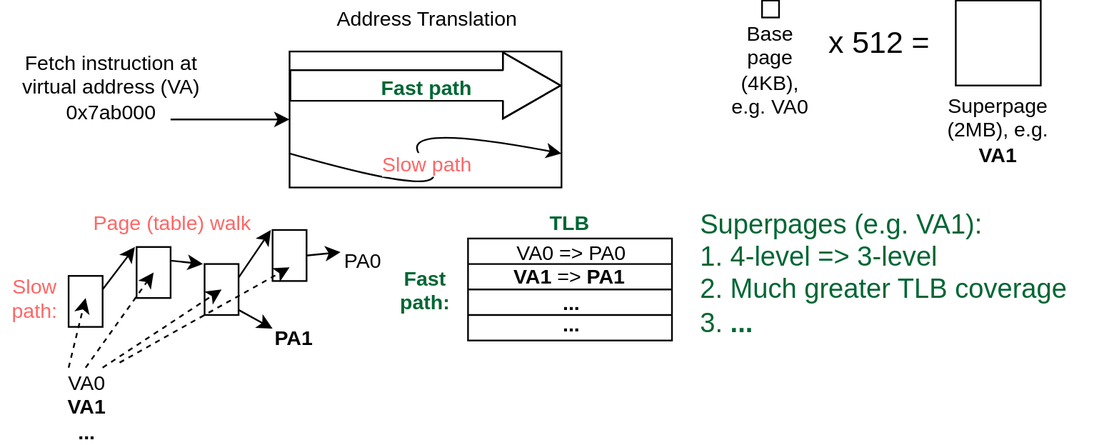
The draw.io diagram ispass_2019/addr_trans_fast_slow_1.svg in yufeng5468/presentations, before a commit. Source tidied: cells renumbered, new cells last; positions are measured from the earlier drawing's top-left corner, leaving out a move shared by most shapes.
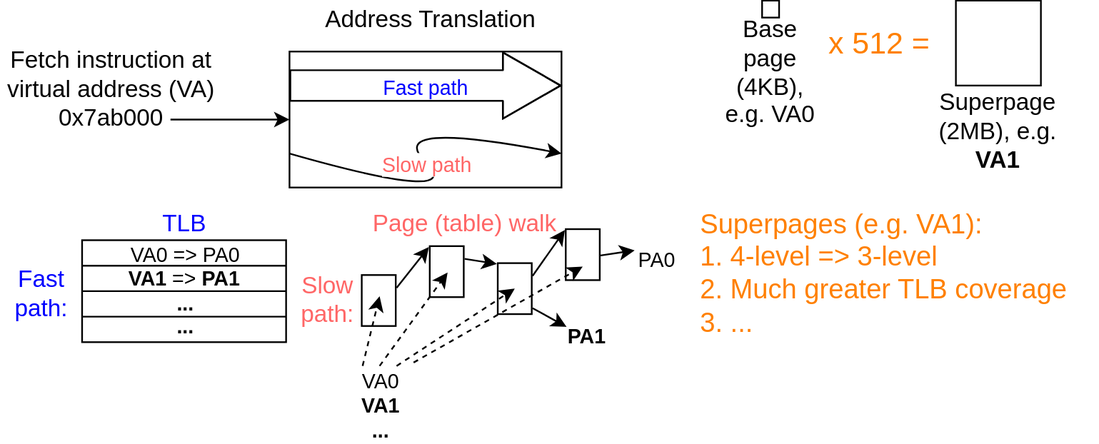
Later version of the same file.

What changed in the source:
```diff
@@ -12,7 +12,7 @@
         </Array>
       </mxGeometry>
     </mxCell>
-    <mxCell id="4" value="&lt;font color=&quot;#006633&quot;&gt;&lt;b&gt;Fast path&lt;/b&gt;&lt;/font&gt;" style="text;html=1;align=center;verticalAlign=middle;labelBackgroundColor=#ffffff;" parent="3" vertex="1">
+    <mxCell id="4" value="&lt;font color=&quot;#0000ff&quot;&gt;Fast path&lt;/font&gt;" style="text;html=1;align=center;verticalAlign=middle;labelBackgroundColor=#ffffff;" parent="3" vertex="1">
       <mxGeometry y="-19" relative="1" as="geometry">
         <mxPoint y="-19" as="offset" />
       </mxGeometry>
@@ -28,7 +28,7 @@
     <mxCell id="6" value="&lt;font color=&quot;#ff6666&quot;&gt;Slow path&lt;/font&gt;" style="text;html=1;align=center;verticalAlign=middle;labelBackgroundColor=#ffffff;" parent="5" vertex="1">
       <mxGeometry x="-0.45" y="17" relative="1" as="geometry" />
     </mxCell>
-    <mxCell id="7" value="Fetch instruction at virtual address (VA) 0x7ab000" style="text;html=1;strokeColor=none;fillColor=none;align=center;verticalAlign=middle;whiteSpace=wrap;rounded=0;" parent="1" vertex="1">
+    <mxCell id="7" value="Fetch instruction at virtual address (VA) 0x7ab000" style="text;html=1;strokeColor=none;fillColor=none;align=center;verticalAlign=middle;whiteSpace=wrap;rounded=0;fontSize=14;" parent="1" vertex="1">
       <mxGeometry y="40" width="130" height="20" as="geometry" />
     </mxCell>
     <mxCell id="8" style="endArrow=classic;html=1;entryX=0;entryY=0.5;entryDx=0;entryDy=0;" parent="1" edge="1" target="2">
@@ -36,43 +36,43 @@
         <mxPoint x="100" y="70" as="sourcePoint" />
       </mxGeometry>
     </mxCell>
-    <mxCell id="9" value="Address Translation" style="text;html=1;strokeColor=none;fillColor=none;align=center;verticalAlign=middle;whiteSpace=wrap;rounded=0;" parent="1" vertex="1">
-      <mxGeometry x="195" width="110" height="20" as="geometry" />
+    <mxCell id="9" value="Address Translation" style="text;html=1;strokeColor=none;fillColor=none;align=center;verticalAlign=middle;whiteSpace=wrap;rounded=0;fontSize=14;" parent="1" vertex="1">
+      <mxGeometry x="185" width="135" height="20" as="geometry" />
     </mxCell>
     <mxCell id="10" style="rounded=0;whiteSpace=wrap;html=1;" parent="1" vertex="1">
-      <mxGeometry x="275" y="140" width="120" height="60" as="geometry" />
+      <mxGeometry x="48" y="141" width="120" height="60" as="geometry" />
     </mxCell>
     <mxCell id="11" style="endArrow=none;html=1;entryX=1;entryY=0.25;entryDx=0;entryDy=0;exitX=0;exitY=0.25;exitDx=0;exitDy=0;" parent="1" edge="1" source="10" target="10">
       <mxGeometry relative="1" as="geometry" />
     </mxCell>
     <mxCell id="12" style="endArrow=none;html=1;entryX=1;entryY=0.25;entryDx=0;entryDy=0;exitX=0;exitY=0.25;exitDx=0;exitDy=0;" parent="1" edge="1">
       <mxGeometry relative="1" as="geometry">
-        <mxPoint x="275" y="170" as="sourcePoint" />
-        <mxPoint x="395" y="170" as="targetPoint" />
+        <mxPoint x="48" y="171" as="sourcePoint" />
+        <mxPoint x="168" y="171" as="targetPoint" />
       </mxGeometry>
     </mxCell>
     <mxCell id="13" style="endArrow=none;html=1;entryX=1;entryY=0.75;entryDx=0;entryDy=0;exitX=0;exitY=0.75;exitDx=0;exitDy=0;" parent="1" edge="1" source="10" target="10">
       <mxGeometry relative="1" as="geometry" />
     </mxCell>
     <mxCell id="14" value="VA0 =&amp;gt; PA0" style="text;html=1;strokeColor=none;fillColor=none;align=center;verticalAlign=middle;whiteSpace=wrap;rounded=0;" parent="1" vertex="1">
-      <mxGeometry x="300" y="138" width="70" height="20" as="geometry" />
+      <mxGeometry x="73" y="139" width="70" height="20" as="geometry" />
     </mxCell>
     <mxCell id="15" value="&lt;b&gt;VA1&lt;/b&gt; =&amp;gt; &lt;b&gt;PA1&lt;/b&gt;" style="text;html=1;strokeColor=none;fillColor=none;align=center;verticalAlign=middle;whiteSpace=wrap;rounded=0;" parent="1" vertex="1">
-      <mxGeometry x="300" y="152" width="70" height="20" as="geometry" />
+      <mxGeometry x="73" y="153" width="70" height="20" as="geometry" />
     </mxCell>
     <mxCell id="16" value="&lt;b&gt;...&lt;/b&gt;" style="text;html=1;strokeColor=none;fillColor=none;align=center;verticalAlign=middle;whiteSpace=wrap;rounded=0;" parent="1" vertex="1">
-      <mxGeometry x="300" y="167" width="70" height="20" as="geometry" />
+      <mxGeometry x="73" y="168" width="70" height="20" as="geometry" />
     </mxCell>
     <mxCell id="17" value="&lt;b&gt;...&lt;/b&gt;" style="text;html=1;strokeColor=none;fillColor=none;align=center;verticalAlign=middle;whiteSpace=wrap;rounded=0;" parent="1" vertex="1">
-      <mxGeometry x="315" y="180" width="40" height="20" as="geometry" />
+      <mxGeometry x="88" y="181" width="40" height="20" as="geometry" />
     </mxCell>
-    <mxCell id="18" value="&lt;font color=&quot;#006633&quot;&gt;&lt;b&gt;TLB&lt;/b&gt;&lt;/font&gt;" style="text;html=1;strokeColor=none;fillColor=none;align=center;verticalAlign=middle;whiteSpace=wrap;rounded=0;" parent="1" vertex="1">
-      <mxGeometry x="315" y="120" width="40" height="20" as="geometry" />
+    <mxCell id="18" value="&lt;font color=&quot;#0000ff&quot; style=&quot;font-size: 14px;&quot;&gt;TLB&lt;/font&gt;" style="text;html=1;strokeColor=none;fillColor=none;align=center;verticalAlign=middle;whiteSpace=wrap;rounded=0;fontSize=14;" parent="1" vertex="1">
+      <mxGeometry x="88" y="120" width="40" height="20" as="geometry" />
     </mxCell>
-    <mxCell id="19" value="&lt;font color=&quot;#000000&quot;&gt;Base page (4KB), e.g. VA0&lt;/font&gt;" style="text;html=1;strokeColor=none;fillColor=none;align=center;verticalAlign=middle;whiteSpace=wrap;rounded=0;fontColor=#666666;" parent="1" vertex="1">
+    <mxCell id="19" value="&lt;font color=&quot;#000000&quot; style=&quot;font-size: 14px;&quot;&gt;Base page (4KB), e.g. VA0&lt;/font&gt;" style="text;html=1;strokeColor=none;fillColor=none;align=center;verticalAlign=middle;whiteSpace=wrap;rounded=0;fontColor=#666666;fontSize=14;" parent="1" vertex="1">
       <mxGeometry x="425" y="30" width="56" height="20" as="geometry" />
     </mxCell>
-    <mxCell id="20" value="&lt;font color=&quot;#000000&quot;&gt;Superpage (2MB), e.g. &lt;b&gt;VA1&lt;/b&gt;&lt;/font&gt;" style="text;html=1;strokeColor=none;fillColor=none;align=center;verticalAlign=middle;whiteSpace=wrap;rounded=0;fontColor=#666666;" parent="1" vertex="1">
+    <mxCell id="20" value="&lt;font color=&quot;#000000&quot; style=&quot;font-size: 14px;&quot;&gt;Superpage (2MB), e.g. &lt;b style=&quot;font-size: 14px;&quot;&gt;VA1&lt;/b&gt;&lt;/font&gt;" style="text;html=1;strokeColor=none;fillColor=none;align=center;verticalAlign=middle;whiteSpace=wrap;rounded=0;fontColor=#666666;fontSize=14;" parent="1" vertex="1">
       <mxGeometry x="552" y="55" width="70" height="40" as="geometry" />
     </mxCell>
     <mxCell id="21" style="rounded=0;whiteSpace=wrap;html=1;" parent="1" vertex="1">
@@ -81,29 +81,29 @@
     <mxCell id="22" style="rounded=0;whiteSpace=wrap;html=1;" parent="1" vertex="1">
       <mxGeometry x="562" width="50" height="50" as="geometry" />
     </mxCell>
-    <mxCell id="23" value="&lt;b&gt;&lt;font color=&quot;#006633&quot;&gt;Fast path:&lt;/font&gt;&lt;/b&gt;" style="text;html=1;strokeColor=none;fillColor=none;align=center;verticalAlign=middle;whiteSpace=wrap;rounded=0;" parent="1" vertex="1">
-      <mxGeometry x="225" y="160" width="50" height="20" as="geometry" />
+    <mxCell id="23" value="&lt;font style=&quot;font-size: 14px;&quot;&gt;Fast path:&lt;/font&gt;" style="text;html=1;strokeColor=none;fillColor=none;align=center;verticalAlign=middle;whiteSpace=wrap;rounded=0;fontColor=#0000FF;fontSize=14;" parent="1" vertex="1">
+      <mxGeometry y="161" width="48" height="20" as="geometry" />
     </mxCell>
-    <mxCell id="24" value="&lt;font color=&quot;#ff6666&quot;&gt;Slow path:&lt;/font&gt;" style="text;html=1;strokeColor=none;fillColor=none;align=center;verticalAlign=middle;whiteSpace=wrap;rounded=0;" parent="1" vertex="1">
-      <mxGeometry y="165" width="40" height="20" as="geometry" />
+    <mxCell id="24" value="&lt;font color=&quot;#ff6666&quot; style=&quot;font-size: 14px;&quot;&gt;Slow path:&lt;/font&gt;" style="text;html=1;strokeColor=none;fillColor=none;align=center;verticalAlign=middle;whiteSpace=wrap;rounded=0;fontSize=14;" parent="1" vertex="1">
+      <mxGeometry x="172.5" y="164.5" width="40" height="20" as="geometry" />
     </mxCell>
-    <mxCell id="25" value="&lt;font color=&quot;#ff6666&quot;&gt;Page (table) walk&lt;/font&gt;" style="text;html=1;strokeColor=none;fillColor=none;align=center;verticalAlign=middle;whiteSpace=wrap;rounded=0;" parent="1" vertex="1">
-      <mxGeometry x="50" y="120" width="100" height="20" as="geometry" />
+    <mxCell id="25" value="&lt;font color=&quot;#ff6666&quot; style=&quot;font-size: 14px;&quot;&gt;Page (table) walk&lt;/font&gt;" style="text;html=1;strokeColor=none;fillColor=none;align=center;verticalAlign=middle;whiteSpace=wrap;rounded=0;fontSize=14;" parent="1" vertex="1">
+      <mxGeometry x="213.5" y="120" width="118" height="20" as="geometry" />
     </mxCell>
     <mxCell id="26" style="rounded=0;whiteSpace=wrap;html=1;" parent="1" vertex="1">
-      <mxGeometry x="40" y="162" width="20" height="30" as="geometry" />
+      <mxGeometry x="212.5" y="161.5" width="20" height="30" as="geometry" />
     </mxCell>
     <mxCell id="27" style="rounded=0;whiteSpace=wrap;html=1;" parent="1" vertex="1">
-      <mxGeometry x="80" y="145" width="20" height="30" as="geometry" />
+      <mxGeometry x="252.5" y="144.5" width="20" height="30" as="geometry" />
     </mxCell>
     <mxCell id="28" style="rounded=0;whiteSpace=wrap;html=1;" parent="1" vertex="1">
-      <mxGeometry x="120" y="155" width="20" height="30" as="geometry" />
+      <mxGeometry x="292.5" y="154.5" width="20" height="30" as="geometry" />
     </mxCell>
     <mxCell id="29" style="rounded=0;whiteSpace=wrap;html=1;" parent="1" vertex="1">
-      <mxGeometry x="160" y="135" width="20" height="30" as="geometry" />
+      <mxGeometry x="332.5" y="134.5" width="20" height="30" as="geometry" />
     </mxCell>
     <mxCell id="30" value="VA0&lt;br&gt;&lt;b&gt;VA1&lt;/b&gt;&lt;br&gt;&lt;b&gt;...&lt;/b&gt;&lt;br&gt;" style="text;html=1;strokeColor=none;fillColor=none;align=center;verticalAlign=middle;whiteSpace=wrap;rounded=0;" parent="1" vertex="1">
-      <mxGeometry x="30" y="215.5" width="40" height="45" as="geometry" />
+      <mxGeometry x="202.5" y="215" width="40" height="45" as="geometry" />
     </mxCell>
     <mxCell id="31" style="endArrow=classic;html=1;exitX=1;exitY=0.25;exitDx=0;exitDy=0;entryX=-0.05;entryY=0;entryDx=0;entryDy=0;entryPerimeter=0;" parent="1" edge="1" source="26" target="27">
       <mxGeometry relative="1" as="geometry" />
@@ -122,30 +122,30 @@
     </mxCell>
     <mxCell id="36" style="endArrow=classic;html=1;exitX=0.75;exitY=0;exitDx=0;exitDy=0;dashed=1;" parent="1" edge="1" source="30">
       <mxGeometry relative="1" as="geometry">
-        <mxPoint x="130" y="170" as="targetPoint" />
+        <mxPoint x="302.5" y="169.5" as="targetPoint" />
       </mxGeometry>
     </mxCell>
     <mxCell id="37" style="endArrow=classic;html=1;exitX=1;exitY=-0.05;exitDx=0;exitDy=0;dashed=1;exitPerimeter=0;" parent="1" edge="1" source="30">
       <mxGeometry relative="1" as="geometry">
-        <mxPoint x="170" y="157" as="targetPoint" />
+        <mxPoint x="342.5" y="156.5" as="targetPoint" />
       </mxGeometry>
     </mxCell>
     <mxCell id="38" value="PA0" style="text;html=1;strokeColor=none;fillColor=none;align=center;verticalAlign=middle;whiteSpace=wrap;rounded=0;" parent="1" vertex="1">
-      <mxGeometry x="200" y="142.5" width="25" height="20" as="geometry" />
+      <mxGeometry x="372.5" y="142" width="25" height="20" as="geometry" />
     </mxCell>
     <mxCell id="39" style="endArrow=classic;html=1;exitX=1;exitY=0.5;exitDx=0;exitDy=0;entryX=0;entryY=0.25;entryDx=0;entryDy=0;" parent="1" edge="1" source="29" target="38">
       <mxGeometry relative="1" as="geometry" />
     </mxCell>
     <mxCell id="40" value="&lt;b&gt;PA1&lt;/b&gt;" style="text;html=1;strokeColor=none;fillColor=none;align=center;verticalAlign=middle;whiteSpace=wrap;rounded=0;" parent="1" vertex="1">
-      <mxGeometry x="160" y="187.5" width="25" height="20" as="geometry" />
+      <mxGeometry x="332.5" y="187" width="25" height="20" as="geometry" />
     </mxCell>
     <mxCell id="41" style="endArrow=classic;html=1;exitX=1.002;exitY=0.896;exitDx=0;exitDy=0;entryX=0;entryY=0.25;entryDx=0;entryDy=0;exitPerimeter=0;" parent="1" edge="1" source="28" target="40">
       <mxGeometry relative="1" as="geometry" />
     </mxCell>
-    <mxCell id="42" value="&lt;font style=&quot;font-size: 18px&quot;&gt;x 512 =&lt;/font&gt;" style="text;html=1;strokeColor=none;fillColor=none;align=center;verticalAlign=middle;whiteSpace=wrap;rounded=0;" parent="1" vertex="1">
+    <mxCell id="42" value="&lt;font style=&quot;font-size: 18px&quot; color=&quot;#ff8000&quot;&gt;x 512 =&lt;/font&gt;" style="text;html=1;strokeColor=none;fillColor=none;align=center;verticalAlign=middle;whiteSpace=wrap;rounded=0;" parent="1" vertex="1">
       <mxGeometry x="482" y="15" width="70" height="20" as="geometry" />
     </mxCell>
-    <mxCell id="43" value="&lt;div style=&quot;text-align: left ; font-size: 16px&quot;&gt;&lt;font style=&quot;font-size: 16px&quot; color=&quot;#006633&quot;&gt;Superpages (e.g. VA1):&lt;/font&gt;&lt;/div&gt;&lt;div style=&quot;text-align: left ; font-size: 16px&quot;&gt;&lt;font style=&quot;font-size: 16px&quot; color=&quot;#006633&quot;&gt;1. 4-level =&amp;gt; 3-level&lt;/font&gt;&lt;/div&gt;&lt;div style=&quot;text-align: left ; font-size: 16px&quot;&gt;&lt;font style=&quot;font-size: 16px&quot; color=&quot;#006633&quot;&gt;2. Much greater TLB coverage&lt;/font&gt;&lt;/div&gt;&lt;div style=&quot;text-align: left ; font-size: 16px&quot;&gt;&lt;font style=&quot;font-size: 16px&quot; color=&quot;#006633&quot;&gt;3. &lt;b&gt;...&lt;/b&gt;&lt;/font&gt;&lt;/div&gt;" style="text;html=1;strokeColor=none;fillColor=none;align=left;verticalAlign=middle;whiteSpace=wrap;rounded=0;" parent="1" vertex="1">
+    <mxCell id="43" value="&lt;div style=&quot;text-align: left ; font-size: 16px&quot;&gt;&lt;font style=&quot;font-size: 16px&quot; color=&quot;#ff8000&quot;&gt;Superpages (e.g. VA1):&lt;/font&gt;&lt;/div&gt;&lt;div style=&quot;text-align: left ; font-size: 16px&quot;&gt;&lt;font style=&quot;font-size: 16px&quot; color=&quot;#ff8000&quot;&gt;1. 4-level =&amp;gt; 3-level&lt;/font&gt;&lt;/div&gt;&lt;div style=&quot;text-align: left ; font-size: 16px&quot;&gt;&lt;font style=&quot;font-size: 16px&quot; color=&quot;#ff8000&quot;&gt;2. Much greater TLB coverage&lt;/font&gt;&lt;/div&gt;&lt;div style=&quot;text-align: left ; font-size: 16px&quot;&gt;&lt;font style=&quot;font-size: 16px&quot; color=&quot;#ff8000&quot;&gt;3. ...&lt;/font&gt;&lt;/div&gt;" style="text;html=1;strokeColor=none;fillColor=none;align=left;verticalAlign=middle;whiteSpace=wrap;rounded=0;fontColor=#0000FF;" parent="1" vertex="1">
       <mxGeometry x="410" y="119.5" width="235" height="80" as="geometry" />
     </mxCell>
   </root>
```
